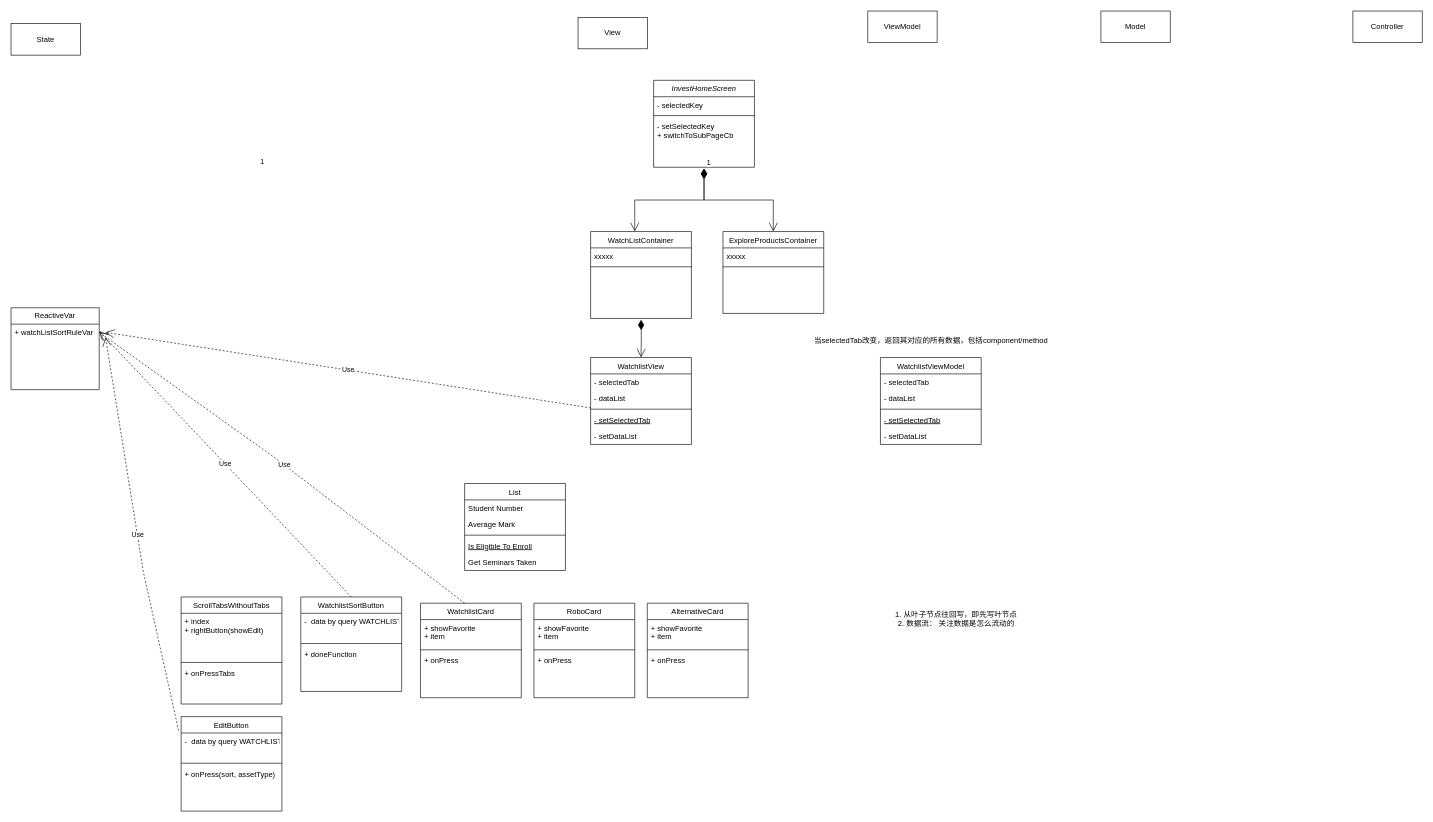
terryatgithub/books keeps this draw.io diagram as mvvm-watchlist.drawio. Above is the earlier version. Source tidied: cells renumbered, new cells numbered last; positions are measured from the earlier drawing's top-left corner, leaving out a move shared by most shapes. Both pictures are drawn from the tidied source at 63%, with x=0, y=0 at pixel (11, 11).
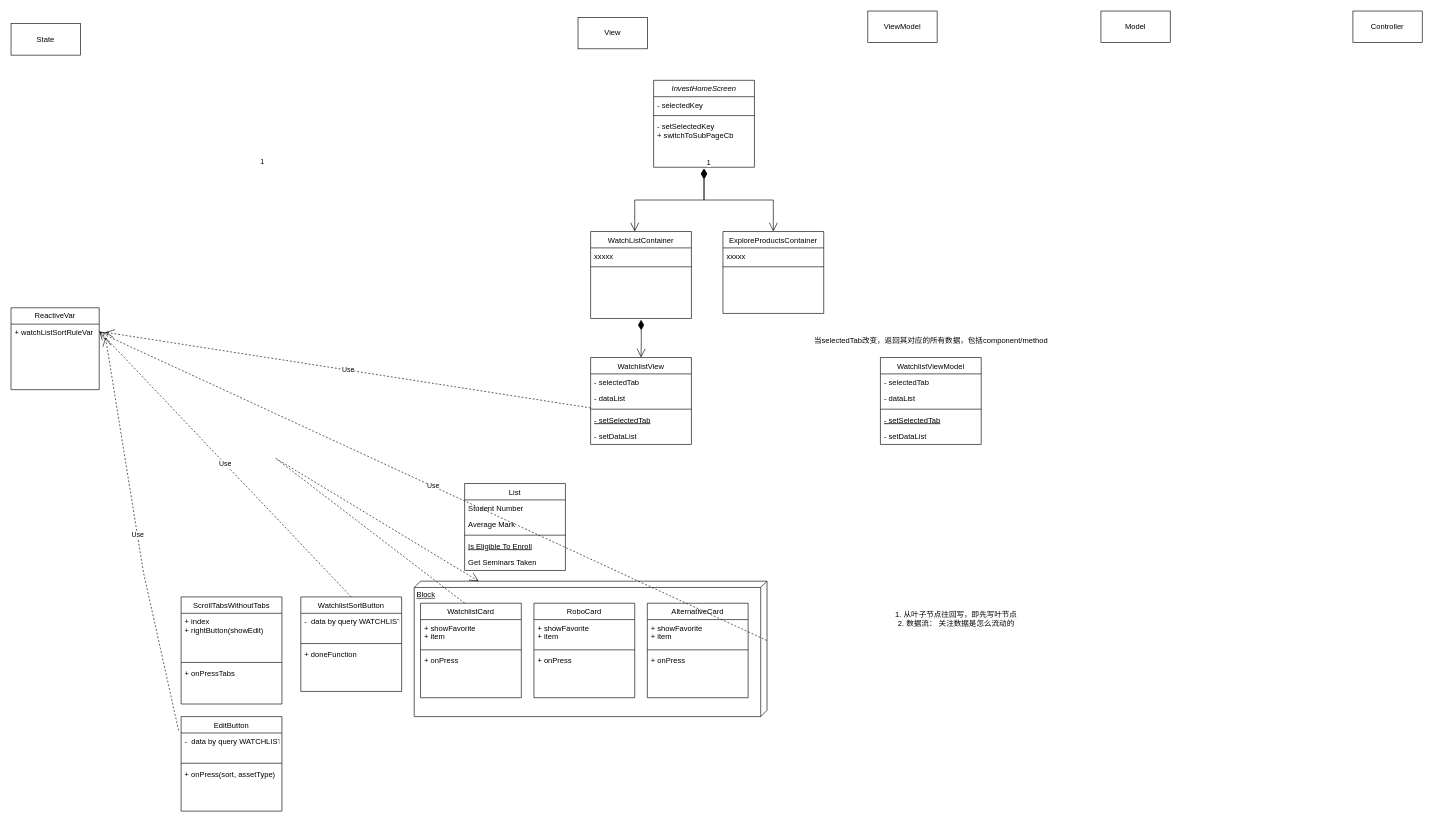
Above is the later version.

Unchanged cells that the change refers to:
```xml
<mxCell id="39" value="WatchlistCard" style="swimlane;fontStyle=0;align=center;verticalAlign=top;horizontal=1;startSize=26;rounded=0;shadow=0;strokeWidth=1;" parent="1" vertex="1">
  <mxGeometry x="650" y="940" width="160" height="150" as="geometry" />
</mxCell>
```

The edit, as a diff of the source:
```diff
@@
+    <mxCell id="70" value="Block" style="verticalAlign=top;align=left;spacingTop=8;spacingLeft=2;spacingRight=12;shape=cube;size=10;direction=south;fontStyle=4;html=1;whiteSpace=wrap;" parent="1" vertex="1">
+      <mxGeometry x="640" y="905" width="560" height="215" as="geometry" />
+    </mxCell>
@@
-    <mxCell id="60" value="Use" style="endArrow=open;endSize=12;dashed=1;html=1;rounded=0;exitX=0.438;exitY=0;exitDx=0;exitDy=0;exitPerimeter=0;" parent="1" edge="1" source="39">
+    <mxCell id="60" value="Use" style="endArrow=open;endSize=12;dashed=1;html=1;rounded=0;exitX=0.438;exitY=0;exitDx=0;exitDy=0;exitPerimeter=0;" parent="1" edge="1" source="70">
       <mxGeometry relative="1" as="geometry">
         <mxPoint x="140" y="510" as="targetPoint" />
-        <Array as="points">
-          <mxPoint x="420" y="710" />
-        </Array>
       </mxGeometry>
     </mxCell>
@@
+    <mxCell id="71" style="endArrow=open;endSize=12;dashed=1;html=1;rounded=0;exitX=0.438;exitY=0;exitDx=0;exitDy=0;exitPerimeter=0;" parent="1" edge="1" source="39" target="70">
+      <mxGeometry relative="1" as="geometry">
+        <Array as="points">
+          <mxPoint x="420" y="710" />
+        </Array>
+      </mxGeometry>
+    </mxCell>
```
